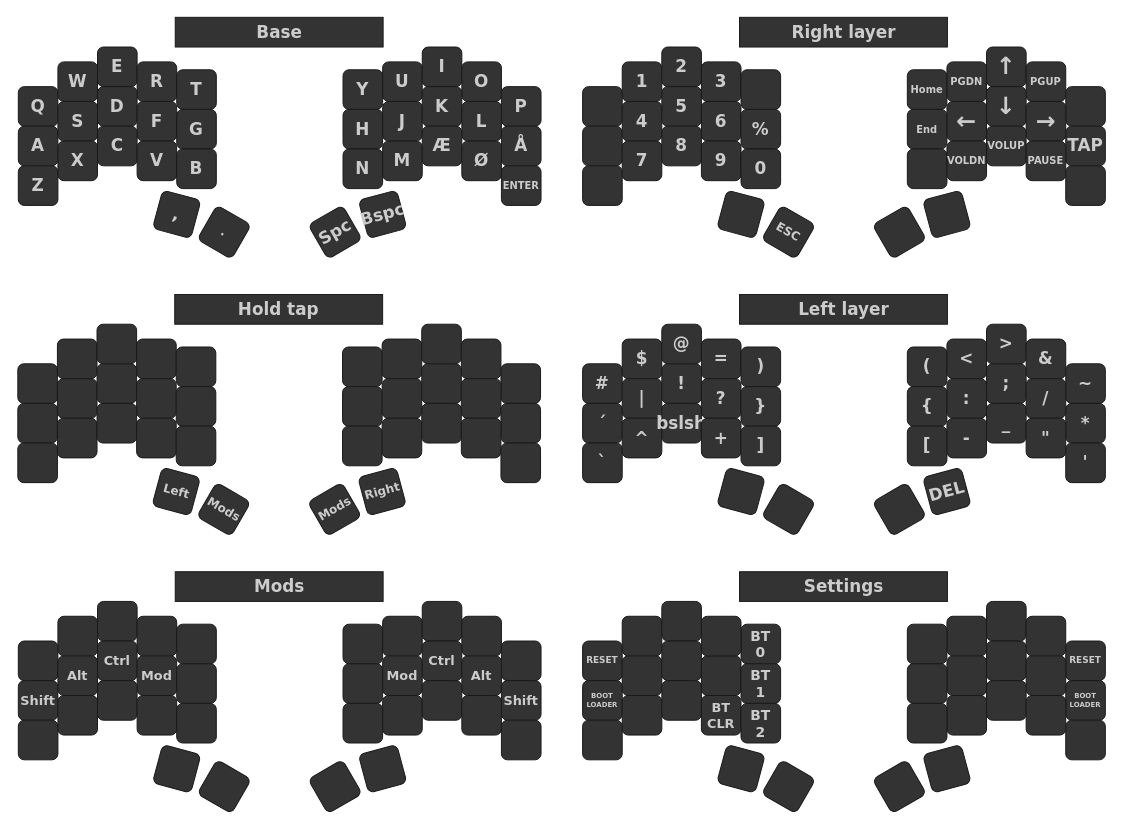
The draw.io diagram keymap.drawio in SofusA/zmk-config, before the edit. Source tidied: cells renumbered, new cells numbered last; positions are measured from the earlier drawing's top-left corner, leaving out a move shared by most shapes. Both pictures are drawn from the tidied source at 99%, with x=0, y=0 at pixel (18, 17).
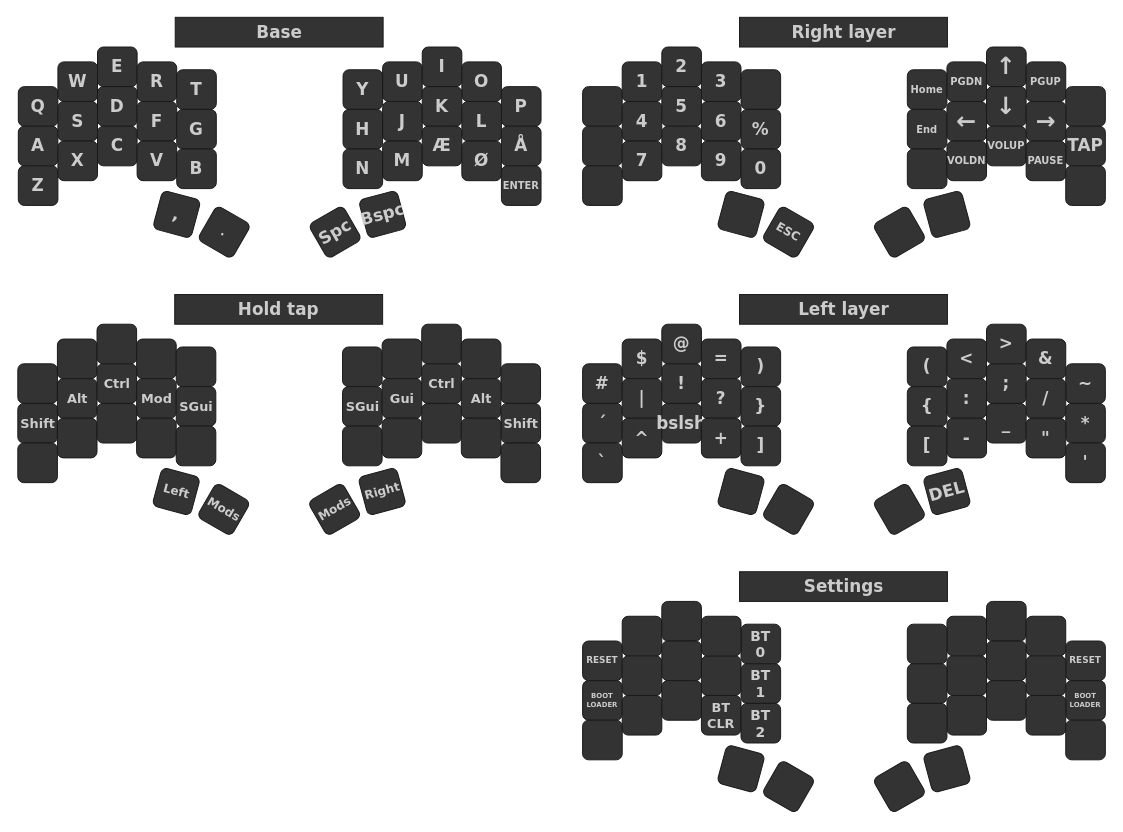
After the change.

The edit, as a diff of the source:
```diff
@@
-    <mxCell id="148" style="whiteSpace=wrap;html=1;fontSize=13;fontFamily=Verdana;fontStyle=1;fontColor=#CCCCCC;fillColor=#333333;rounded=1;strokeColor=#1A1A1A;" parent="1" vertex="1">
+    <mxCell id="148" value="Shift" style="whiteSpace=wrap;html=1;fontSize=13;fontFamily=Verdana;fontStyle=1;fontColor=#CCCCCC;fillColor=#333333;rounded=1;strokeColor=#1A1A1A;" parent="1" vertex="1">
       <mxGeometry x="-0.5" y="390" width="40" height="40" as="geometry" />
     </mxCell>
-    <mxCell id="149" style="whiteSpace=wrap;html=1;fontSize=13;fontFamily=Verdana;fontStyle=1;fontColor=#CCCCCC;fillColor=#333333;rounded=1;strokeColor=#1A1A1A;" parent="1" vertex="1">
+    <mxCell id="149" value="Alt" style="whiteSpace=wrap;html=1;fontSize=13;fontFamily=Verdana;fontStyle=1;fontColor=#CCCCCC;fillColor=#333333;rounded=1;strokeColor=#1A1A1A;" parent="1" vertex="1">
       <mxGeometry x="39.5" y="365" width="40" height="40" as="geometry" />
     </mxCell>
-    <mxCell id="150" style="whiteSpace=wrap;html=1;fontSize=13;fontFamily=Verdana;fontStyle=1;fontColor=#CCCCCC;fillColor=#333333;rounded=1;strokeColor=#1A1A1A;" parent="1" vertex="1">
+    <mxCell id="150" value="Ctrl" style="whiteSpace=wrap;html=1;fontSize=13;fontFamily=Verdana;fontStyle=1;fontColor=#CCCCCC;fillColor=#333333;rounded=1;strokeColor=#1A1A1A;" parent="1" vertex="1">
       <mxGeometry x="79.5" y="350" width="40" height="40" as="geometry" />
     </mxCell>
-    <mxCell id="151" style="whiteSpace=wrap;html=1;fontSize=13;fontFamily=Verdana;fontStyle=1;fontColor=#CCCCCC;fillColor=#333333;rounded=1;strokeColor=#1A1A1A;" parent="1" vertex="1">
+    <mxCell id="151" value="Mod" style="whiteSpace=wrap;html=1;fontSize=13;fontFamily=Verdana;fontStyle=1;fontColor=#CCCCCC;fillColor=#333333;rounded=1;strokeColor=#1A1A1A;" parent="1" vertex="1">
       <mxGeometry x="119.5" y="365" width="40" height="40" as="geometry" />
     </mxCell>
-    <mxCell id="152" style="whiteSpace=wrap;html=1;fontSize=17;fontFamily=Verdana;fontStyle=1;fontColor=#CCCCCC;fillColor=#333333;rounded=1;strokeColor=#1A1A1A;" parent="1" vertex="1">
+    <mxCell id="152" value="SGui" style="whiteSpace=wrap;html=1;fontSize=13;fontFamily=Verdana;fontStyle=1;fontColor=#CCCCCC;fillColor=#333333;rounded=1;strokeColor=#1A1A1A;" parent="1" vertex="1">
       <mxGeometry x="159.5" y="373" width="40" height="40" as="geometry" />
     </mxCell>
@@
-    <mxCell id="165" style="whiteSpace=wrap;html=1;fontSize=17;fontFamily=Verdana;fontStyle=1;fontColor=#CCCCCC;fillColor=#333333;rounded=1;strokeColor=#1A1A1A;" parent="1" vertex="1">
+    <mxCell id="165" value="SGui" style="whiteSpace=wrap;html=1;fontSize=13;fontFamily=Verdana;fontStyle=1;fontColor=#CCCCCC;fillColor=#333333;rounded=1;strokeColor=#1A1A1A;" parent="1" vertex="1">
       <mxGeometry x="327.5" y="373" width="40" height="40" as="geometry" />
     </mxCell>
-    <mxCell id="166" style="whiteSpace=wrap;html=1;fontSize=13;fontFamily=Verdana;fontStyle=1;fontColor=#CCCCCC;fillColor=#333333;rounded=1;strokeColor=#1A1A1A;" parent="1" vertex="1">
+    <mxCell id="166" value="Gui" style="whiteSpace=wrap;html=1;fontSize=13;fontFamily=Verdana;fontStyle=1;fontColor=#CCCCCC;fillColor=#333333;rounded=1;strokeColor=#1A1A1A;" parent="1" vertex="1">
       <mxGeometry x="367.5" y="365" width="40" height="40" as="geometry" />
     </mxCell>
-    <mxCell id="167" style="whiteSpace=wrap;html=1;fontSize=13;fontFamily=Verdana;fontStyle=1;fontColor=#CCCCCC;fillColor=#333333;rounded=1;strokeColor=#1A1A1A;" parent="1" vertex="1">
+    <mxCell id="167" value="Ctrl" style="whiteSpace=wrap;html=1;fontSize=13;fontFamily=Verdana;fontStyle=1;fontColor=#CCCCCC;fillColor=#333333;rounded=1;strokeColor=#1A1A1A;" parent="1" vertex="1">
       <mxGeometry x="407.5" y="350" width="40" height="40" as="geometry" />
     </mxCell>
-    <mxCell id="168" style="whiteSpace=wrap;html=1;fontSize=13;fontFamily=Verdana;fontStyle=1;fontColor=#CCCCCC;fillColor=#333333;rounded=1;strokeColor=#1A1A1A;" parent="1" vertex="1">
+    <mxCell id="168" value="Alt" style="whiteSpace=wrap;html=1;fontSize=13;fontFamily=Verdana;fontStyle=1;fontColor=#CCCCCC;fillColor=#333333;rounded=1;strokeColor=#1A1A1A;" parent="1" vertex="1">
       <mxGeometry x="447.5" y="365" width="40" height="40" as="geometry" />
     </mxCell>
-    <mxCell id="169" style="whiteSpace=wrap;html=1;fontSize=13;fontFamily=Verdana;fontStyle=1;fontColor=#CCCCCC;fillColor=#333333;rounded=1;strokeColor=#1A1A1A;" parent="1" vertex="1">
+    <mxCell id="169" value="Shift" style="whiteSpace=wrap;html=1;fontSize=13;fontFamily=Verdana;fontStyle=1;fontColor=#CCCCCC;fillColor=#333333;rounded=1;strokeColor=#1A1A1A;" parent="1" vertex="1">
       <mxGeometry x="487.5" y="390" width="40" height="40" as="geometry" />
     </mxCell>
@@
-    <mxCell id="178" style="whiteSpace=wrap;html=1;fontSize=17;fontFamily=Verdana;fontStyle=1;fontColor=#CCCCCC;fillColor=#333333;rounded=1;strokeColor=#1A1A1A;" parent="1" vertex="1">
-      <mxGeometry y="630" width="40" height="40" as="geometry" />
-    </mxCell>
-    <mxCell id="179" style="whiteSpace=wrap;html=1;fontSize=17;fontFamily=Verdana;fontStyle=1;fontColor=#CCCCCC;fillColor=#333333;rounded=1;strokeColor=#1A1A1A;" parent="1" vertex="1">
-      <mxGeometry x="40" y="605" width="40" height="40" as="geometry" />
-    </mxCell>
-    <mxCell id="180" style="whiteSpace=wrap;html=1;fontSize=17;fontFamily=Verdana;fontStyle=1;fontColor=#CCCCCC;fillColor=#333333;rounded=1;strokeColor=#1A1A1A;" parent="1" vertex="1">
-      <mxGeometry x="80" y="590" width="40" height="40" as="geometry" />
-    </mxCell>
-    <mxCell id="181" style="whiteSpace=wrap;html=1;fontSize=17;fontFamily=Verdana;fontStyle=1;fontColor=#CCCCCC;fillColor=#333333;rounded=1;strokeColor=#1A1A1A;" parent="1" vertex="1">
-      <mxGeometry x="120" y="605" width="40" height="40" as="geometry" />
-    </mxCell>
-    <mxCell id="182" style="whiteSpace=wrap;html=1;fontSize=17;fontFamily=Verdana;fontStyle=1;fontColor=#CCCCCC;fillColor=#333333;rounded=1;strokeColor=#1A1A1A;" parent="1" vertex="1">
-      <mxGeometry x="160" y="613" width="40" height="40" as="geometry" />
-    </mxCell>
-    <mxCell id="183" value="Shift" style="whiteSpace=wrap;html=1;fontSize=13;fontFamily=Verdana;fontStyle=1;fontColor=#CCCCCC;fillColor=#333333;rounded=1;strokeColor=#1A1A1A;" parent="1" vertex="1">
-      <mxGeometry y="670" width="40" height="40" as="geometry" />
-    </mxCell>
-    <mxCell id="184" value="Alt" style="whiteSpace=wrap;html=1;fontSize=13;fontFamily=Verdana;fontStyle=1;fontColor=#CCCCCC;fillColor=#333333;rounded=1;strokeColor=#1A1A1A;" parent="1" vertex="1">
-      <mxGeometry x="40" y="645" width="40" height="40" as="geometry" />
-    </mxCell>
-    <mxCell id="185" value="Ctrl" style="whiteSpace=wrap;html=1;fontSize=13;fontFamily=Verdana;fontStyle=1;fontColor=#CCCCCC;fillColor=#333333;rounded=1;strokeColor=#1A1A1A;" parent="1" vertex="1">
-      <mxGeometry x="80" y="630" width="40" height="40" as="geometry" />
-    </mxCell>
-    <mxCell id="186" value="Mod" style="whiteSpace=wrap;html=1;fontSize=13;fontFamily=Verdana;fontStyle=1;fontColor=#CCCCCC;fillColor=#333333;rounded=1;strokeColor=#1A1A1A;" parent="1" vertex="1">
-      <mxGeometry x="120" y="645" width="40" height="40" as="geometry" />
-    </mxCell>
-    <mxCell id="187" style="whiteSpace=wrap;html=1;fontSize=17;fontFamily=Verdana;fontStyle=1;fontColor=#CCCCCC;fillColor=#333333;rounded=1;strokeColor=#1A1A1A;" parent="1" vertex="1">
-      <mxGeometry x="160" y="653" width="40" height="40" as="geometry" />
-    </mxCell>
-    <mxCell id="188" style="whiteSpace=wrap;html=1;fontSize=17;fontFamily=Verdana;fontStyle=1;fontColor=#CCCCCC;fillColor=#333333;rounded=1;strokeColor=#1A1A1A;" parent="1" vertex="1">
-      <mxGeometry y="710" width="40" height="40" as="geometry" />
-    </mxCell>
-    <mxCell id="189" style="whiteSpace=wrap;html=1;fontSize=17;fontFamily=Verdana;fontStyle=1;fontColor=#CCCCCC;fillColor=#333333;rounded=1;strokeColor=#1A1A1A;" parent="1" vertex="1">
-      <mxGeometry x="40" y="685" width="40" height="40" as="geometry" />
-    </mxCell>
-    <mxCell id="190" style="whiteSpace=wrap;html=1;fontSize=17;fontFamily=Verdana;fontStyle=1;fontColor=#CCCCCC;fillColor=#333333;rounded=1;strokeColor=#1A1A1A;" parent="1" vertex="1">
-      <mxGeometry x="80" y="670" width="40" height="40" as="geometry" />
-    </mxCell>
-    <mxCell id="191" style="whiteSpace=wrap;html=1;fontSize=11;fontFamily=Verdana;fontStyle=1;fontColor=#CCCCCC;fillColor=#333333;rounded=1;strokeColor=#1A1A1A;" parent="1" vertex="1">
-      <mxGeometry x="120" y="685" width="40" height="40" as="geometry" />
-    </mxCell>
-    <mxCell id="192" style="whiteSpace=wrap;html=1;fontSize=17;fontFamily=Verdana;fontStyle=1;fontColor=#CCCCCC;fillColor=#333333;rounded=1;strokeColor=#1A1A1A;" parent="1" vertex="1">
-      <mxGeometry x="160" y="693" width="40" height="40" as="geometry" />
-    </mxCell>
-    <mxCell id="193" style="whiteSpace=wrap;html=1;rotation=15;fontSize=16;fontFamily=Verdana;fontStyle=1;fillColor=#333333;strokeColor=#1A1A1A;fontColor=#CCCCCC;rounded=1;" parent="1" vertex="1">
-      <mxGeometry x="140" y="739" width="40" height="40" as="geometry" />
-    </mxCell>
-    <mxCell id="194" style="whiteSpace=wrap;html=1;rotation=30;fontSize=12;fontFamily=Verdana;fontStyle=1;fontColor=#CCCCCC;fillColor=#333333;rounded=1;strokeColor=#1A1A1A;" parent="1" vertex="1">
-      <mxGeometry x="188" y="757" width="40" height="40" as="geometry" />
-    </mxCell>
-    <mxCell id="195" style="whiteSpace=wrap;html=1;fontSize=17;fontFamily=Verdana;fontStyle=1;fontColor=#CCCCCC;fillColor=#333333;rounded=1;strokeColor=#1A1A1A;" parent="1" vertex="1">
-      <mxGeometry x="328" y="613" width="40" height="40" as="geometry" />
-    </mxCell>
-    <mxCell id="196" style="whiteSpace=wrap;html=1;fontSize=17;fontFamily=Verdana;fontStyle=1;fontColor=#CCCCCC;fillColor=#333333;rounded=1;strokeColor=#1A1A1A;" parent="1" vertex="1">
-      <mxGeometry x="368" y="605" width="40" height="40" as="geometry" />
-    </mxCell>
-    <mxCell id="197" style="whiteSpace=wrap;html=1;fontSize=17;fontFamily=Verdana;fontStyle=1;fontColor=#CCCCCC;fillColor=#333333;rounded=1;strokeColor=#1A1A1A;" parent="1" vertex="1">
-      <mxGeometry x="408" y="590" width="40" height="40" as="geometry" />
-    </mxCell>
-    <mxCell id="198" style="whiteSpace=wrap;html=1;fontSize=17;fontFamily=Verdana;fontStyle=1;fontColor=#CCCCCC;fillColor=#333333;rounded=1;strokeColor=#1A1A1A;" parent="1" vertex="1">
-      <mxGeometry x="448" y="605" width="40" height="40" as="geometry" />
-    </mxCell>
-    <mxCell id="199" style="whiteSpace=wrap;html=1;fontSize=17;fontFamily=Verdana;fontStyle=1;fontColor=#CCCCCC;fillColor=#333333;rounded=1;strokeColor=#1A1A1A;" parent="1" vertex="1">
-      <mxGeometry x="488" y="630" width="40" height="40" as="geometry" />
-    </mxCell>
-    <mxCell id="200" style="whiteSpace=wrap;html=1;fontSize=17;fontFamily=Verdana;fontStyle=1;fontColor=#CCCCCC;fillColor=#333333;rounded=1;strokeColor=#1A1A1A;" parent="1" vertex="1">
-      <mxGeometry x="328" y="653" width="40" height="40" as="geometry" />
-    </mxCell>
-    <mxCell id="201" value="Mod" style="whiteSpace=wrap;html=1;fontSize=13;fontFamily=Verdana;fontStyle=1;fontColor=#CCCCCC;fillColor=#333333;rounded=1;strokeColor=#1A1A1A;" parent="1" vertex="1">
-      <mxGeometry x="368" y="645" width="40" height="40" as="geometry" />
-    </mxCell>
-    <mxCell id="202" value="Ctrl" style="whiteSpace=wrap;html=1;fontSize=13;fontFamily=Verdana;fontStyle=1;fontColor=#CCCCCC;fillColor=#333333;rounded=1;strokeColor=#1A1A1A;" parent="1" vertex="1">
-      <mxGeometry x="408" y="630" width="40" height="40" as="geometry" />
-    </mxCell>
-    <mxCell id="203" value="Alt" style="whiteSpace=wrap;html=1;fontSize=13;fontFamily=Verdana;fontStyle=1;fontColor=#CCCCCC;fillColor=#333333;rounded=1;strokeColor=#1A1A1A;" parent="1" vertex="1">
-      <mxGeometry x="448" y="645" width="40" height="40" as="geometry" />
-    </mxCell>
-    <mxCell id="204" value="Shift" style="whiteSpace=wrap;html=1;fontSize=13;fontFamily=Verdana;fontStyle=1;fontColor=#CCCCCC;fillColor=#333333;rounded=1;strokeColor=#1A1A1A;" parent="1" vertex="1">
-      <mxGeometry x="488" y="670" width="40" height="40" as="geometry" />
-    </mxCell>
-    <mxCell id="205" style="whiteSpace=wrap;html=1;fontSize=17;fontFamily=Verdana;fontStyle=1;fontColor=#CCCCCC;fillColor=#333333;rounded=1;strokeColor=#1A1A1A;" parent="1" vertex="1">
-      <mxGeometry x="328" y="693" width="40" height="40" as="geometry" />
-    </mxCell>
-    <mxCell id="206" style="whiteSpace=wrap;html=1;fontSize=11;fontFamily=Verdana;fontStyle=1;fontColor=#CCCCCC;fillColor=#333333;rounded=1;strokeColor=#1A1A1A;" parent="1" vertex="1">
-      <mxGeometry x="368" y="685" width="40" height="40" as="geometry" />
-    </mxCell>
-    <mxCell id="207" style="whiteSpace=wrap;html=1;fontSize=17;fontFamily=Verdana;fontStyle=1;fontColor=#CCCCCC;fillColor=#333333;rounded=1;strokeColor=#1A1A1A;" parent="1" vertex="1">
-      <mxGeometry x="408" y="670" width="40" height="40" as="geometry" />
-    </mxCell>
-    <mxCell id="208" style="whiteSpace=wrap;html=1;fontSize=17;fontFamily=Verdana;fontStyle=1;fontColor=#CCCCCC;fillColor=#333333;rounded=1;strokeColor=#1A1A1A;" parent="1" vertex="1">
-      <mxGeometry x="448" y="685" width="40" height="40" as="geometry" />
-    </mxCell>
-    <mxCell id="209" style="whiteSpace=wrap;html=1;fontSize=17;fontFamily=Verdana;fontStyle=1;fontColor=#CCCCCC;fillColor=#333333;rounded=1;strokeColor=#1A1A1A;" parent="1" vertex="1">
-      <mxGeometry x="488" y="710" width="40" height="40" as="geometry" />
-    </mxCell>
-    <mxCell id="210" style="whiteSpace=wrap;html=1;rotation=-30;fontSize=17;fontFamily=Verdana;fontStyle=1;fontColor=#CCCCCC;fillColor=#333333;rounded=1;strokeColor=#1A1A1A;" parent="1" vertex="1">
-      <mxGeometry x="300" y="757" width="40" height="40" as="geometry" />
-    </mxCell>
-    <mxCell id="211" style="whiteSpace=wrap;html=1;rotation=-15;fontSize=12;fontFamily=Verdana;fontStyle=1;fillColor=#333333;strokeColor=#1A1A1A;fontColor=#CCCCCC;rounded=1;" parent="1" vertex="1">
-      <mxGeometry x="348" y="739" width="40" height="40" as="geometry" />
-    </mxCell>
-    <mxCell id="212" value="&lt;b&gt;Mods&lt;br&gt;&lt;/b&gt;" style="rounded=0;whiteSpace=wrap;html=1;fontFamily=Verdana;fontSize=17;fontColor=#CCCCCC;fillColor=#333333;strokeColor=#1A1A1A;" parent="1" vertex="1">
-      <mxGeometry x="158.5" y="560" width="210" height="30" as="geometry" />
-    </mxCell>
```
